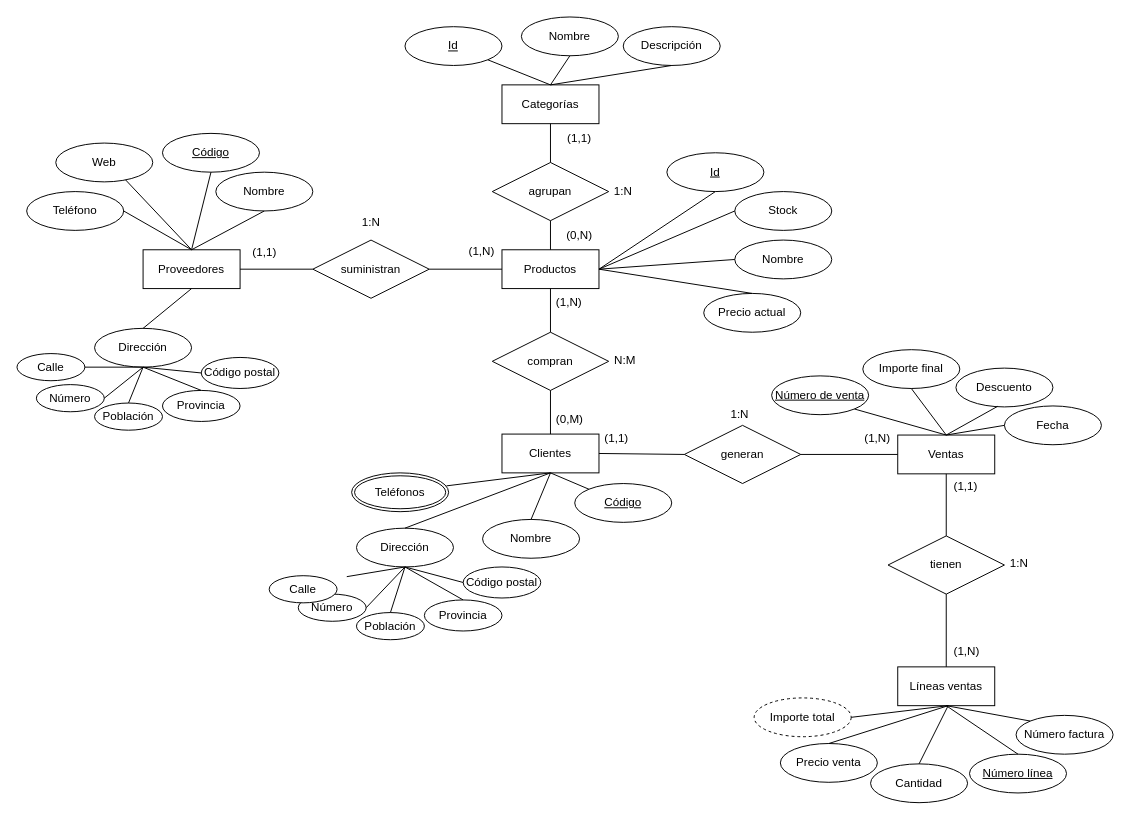
Earlier version of the draw.io diagram Tarea 4 - Gestión de ventas.drawio (popnoart/popnoart). Source tidied: cells renumbered, new cells numbered last; positions are measured from the earlier drawing's top-left corner, leaving out a move shared by most shapes. Both pictures are drawn from the tidied source at 97%, with x=0, y=0 at pixel (16, 16).
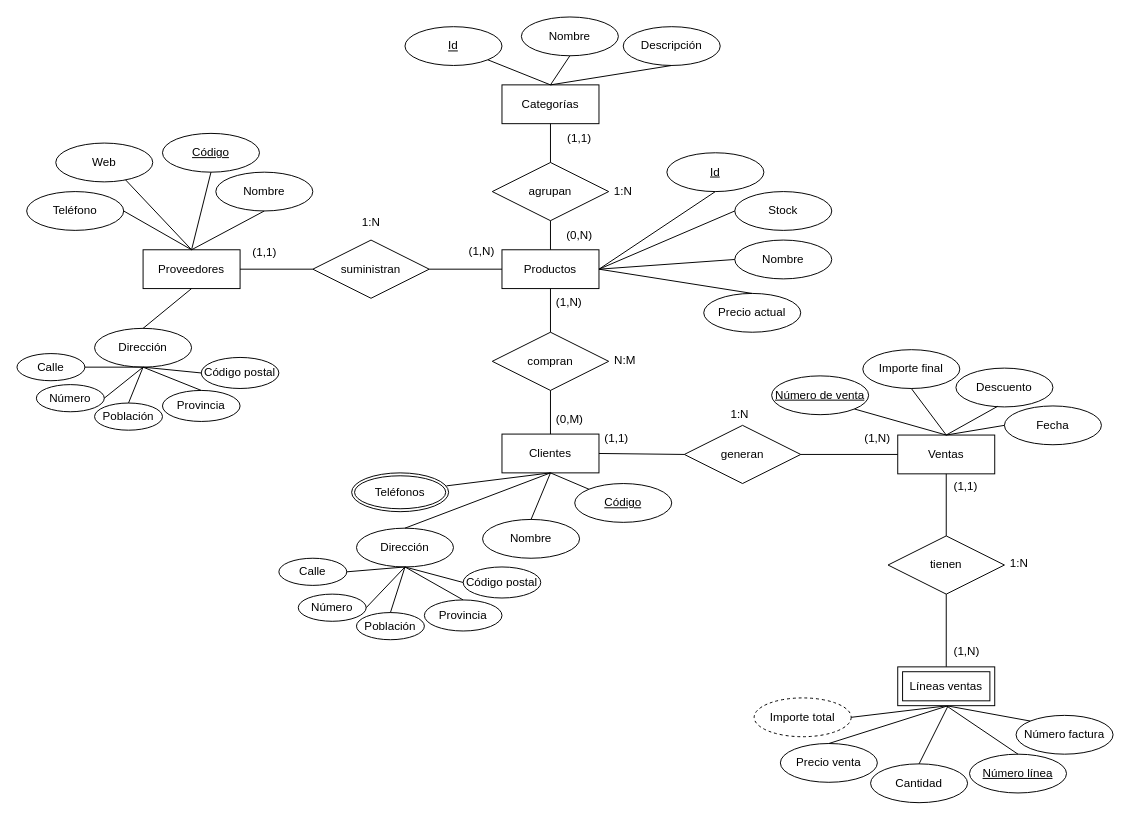
Above is the later version.

Unchanged cells that the change refers to:
```xml
<mxCell id="35" value="Número línea" style="ellipse;whiteSpace=wrap;html=1;align=center;fontStyle=4;" parent="1" vertex="1">
  <mxGeometry x="982" y="760" width="100" height="40" as="geometry" />
</mxCell>
<mxCell id="36" value="Número factura" style="ellipse;whiteSpace=wrap;html=1;align=center;" parent="1" vertex="1">
  <mxGeometry x="1030" y="720" width="100" height="40" as="geometry" />
</mxCell>
<mxCell id="60" value="Dirección" style="ellipse;whiteSpace=wrap;html=1;align=center;" parent="1" vertex="1">
  <mxGeometry x="350" y="527" width="100" height="40" as="geometry" />
</mxCell>
<mxCell id="85" value="tienen" style="shape=rhombus;perimeter=rhombusPerimeter;whiteSpace=wrap;html=1;align=center;" parent="1" vertex="1">
  <mxGeometry x="898" y="535" width="120" height="60" as="geometry" />
</mxCell>
```

What changed in the source:
```diff
@@
-    <mxCell id="31" value="Líneas ventas" style="whiteSpace=wrap;html=1;align=center;" parent="1" vertex="1">
-      <mxGeometry x="908" y="670" width="100" height="40" as="geometry" />
-    </mxCell>
@@
     <mxCell id="64" value="Calle" style="ellipse;whiteSpace=wrap;html=1;align=center;" parent="1" vertex="1">
-      <mxGeometry x="260" y="576" width="70" height="28" as="geometry" />
+      <mxGeometry x="270" y="558" width="70" height="28" as="geometry" />
     </mxCell>
@@
-    <mxCell id="66" style="endArrow=none;html=1;rounded=0;exitX=1;exitY=0.5;exitDx=0;exitDy=0;entryX=0.5;entryY=1;entryDx=0;entryDy=0;" parent="1" edge="1" target="60">
-      <mxGeometry relative="1" as="geometry">
-        <mxPoint x="340" y="577" as="sourcePoint" />
-      </mxGeometry>
+    <mxCell id="66" style="endArrow=none;html=1;rounded=0;entryX=0.5;entryY=1;entryDx=0;entryDy=0;exitX=1;exitY=0.5;exitDx=0;exitDy=0;" parent="1" edge="1" source="64" target="60">
+      <mxGeometry relative="1" as="geometry" />
     </mxCell>
@@
-    <mxCell id="87" style="endArrow=none;html=1;rounded=0;entryX=0.5;entryY=1;entryDx=0;entryDy=0;exitX=0.5;exitY=0;exitDx=0;exitDy=0;" parent="1" edge="1" source="31" target="85">
-      <mxGeometry relative="1" as="geometry" />
+    <mxCell id="87" style="endArrow=none;html=1;rounded=0;entryX=0.5;entryY=1;entryDx=0;entryDy=0;exitX=0.5;exitY=0;exitDx=0;exitDy=0;" parent="1" edge="1" target="85">
+      <mxGeometry relative="1" as="geometry">
+        <mxPoint x="958" y="670" as="sourcePoint" />
+      </mxGeometry>
     </mxCell>
-    <mxCell id="88" style="endArrow=none;html=1;rounded=0;entryX=0.5;entryY=1;entryDx=0;entryDy=0;exitX=0;exitY=0;exitDx=0;exitDy=0;" parent="1" edge="1" source="36" target="31">
-      <mxGeometry relative="1" as="geometry" />
+    <mxCell id="88" style="endArrow=none;html=1;rounded=0;entryX=0.5;entryY=1;entryDx=0;entryDy=0;exitX=0;exitY=0;exitDx=0;exitDy=0;" parent="1" edge="1" source="36">
+      <mxGeometry relative="1" as="geometry">
+        <mxPoint x="958" y="710" as="targetPoint" />
+      </mxGeometry>
     </mxCell>
-    <mxCell id="89" style="endArrow=none;html=1;rounded=0;exitX=0.5;exitY=1;exitDx=0;exitDy=0;entryX=0.5;entryY=0;entryDx=0;entryDy=0;" parent="1" edge="1" source="31" target="35">
-      <mxGeometry relative="1" as="geometry" />
+    <mxCell id="89" style="endArrow=none;html=1;rounded=0;exitX=0.5;exitY=1;exitDx=0;exitDy=0;entryX=0.5;entryY=0;entryDx=0;entryDy=0;" parent="1" edge="1" target="35">
+      <mxGeometry relative="1" as="geometry">
+        <mxPoint x="958" y="710" as="sourcePoint" />
+      </mxGeometry>
     </mxCell>
@@
+    <mxCell id="31" value="Líneas ventas" style="shape=ext;margin=3;double=1;whiteSpace=wrap;html=1;align=center;" parent="1" vertex="1">
+      <mxGeometry x="908" y="670" width="100" height="40" as="geometry" />
+    </mxCell>
```
